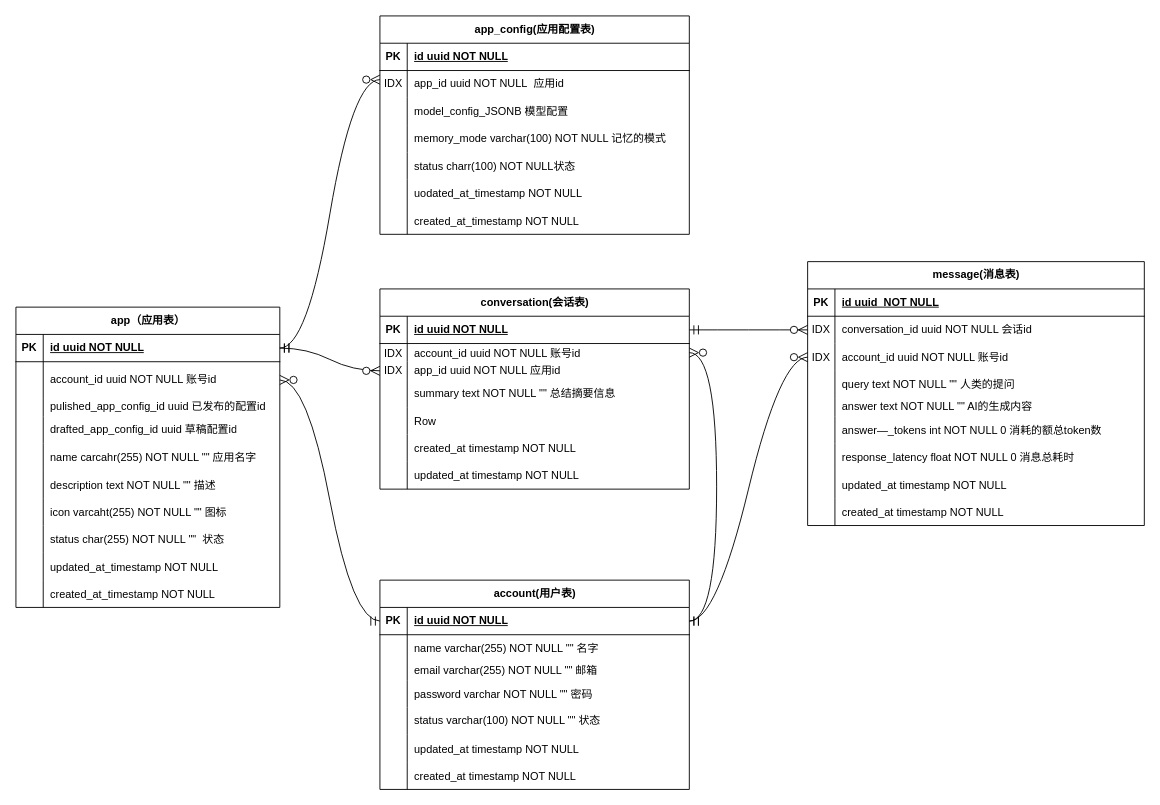
Above: LLMOps数据库示意图.drawio in shlongqishi/llmops (draw.io), before the change. Source tidied: cells renumbered, new cells numbered last; positions are measured from the earlier drawing's top-left corner, leaving out a move shared by most shapes. Both pictures are drawn from the tidied source at 91%, with x=0, y=0 at pixel (15, 15).
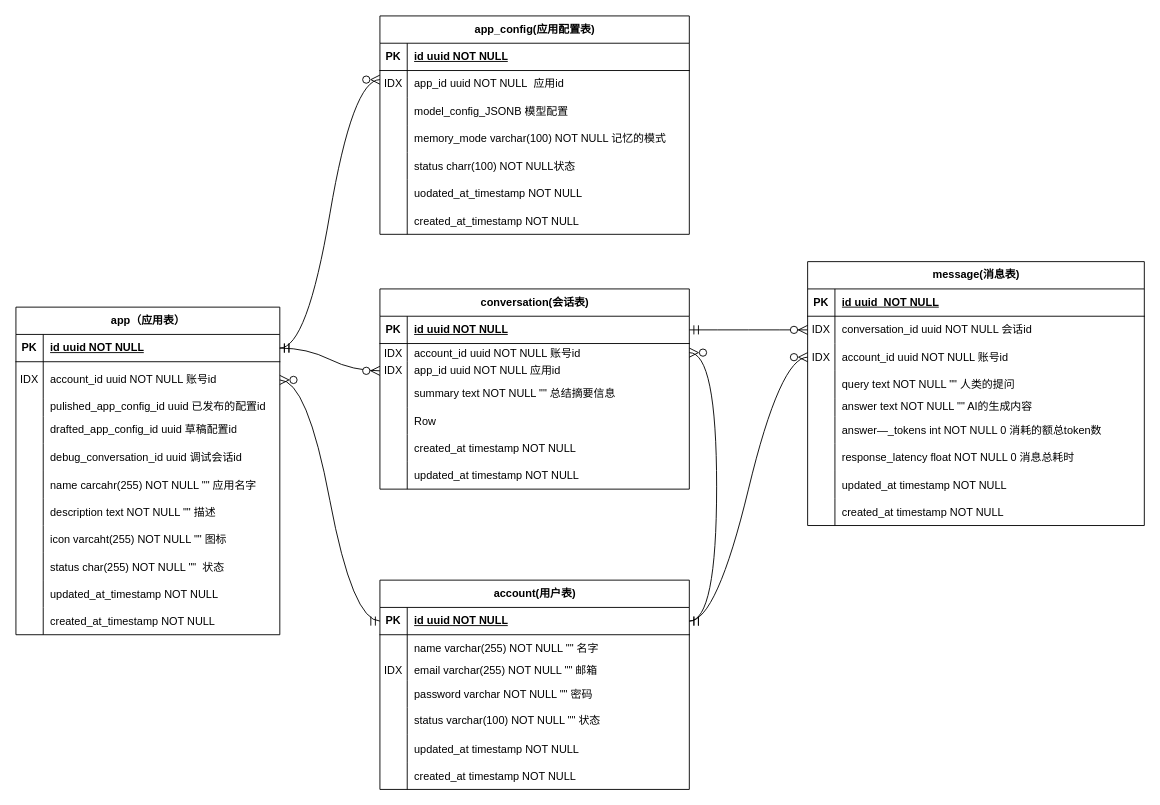
After the change.

Commit message (it also covers changes not shown here):
更新LLMOps数据库示意图.drawio

Unchanged cells that the change refers to:
```xml
<mxCell id="6" style="shape=tableRow;horizontal=0;startSize=0;swimlaneHead=0;swimlaneBody=0;fillColor=none;points=[[0,0.5],[1,0.5]];portConstraint=eastwest;top=0;left=0;right=0;bottom=0;" parent="2" vertex="1">
  <mxGeometry y="60" width="290" height="40" as="geometry" />
</mxCell>
<mxCell id="114" style="shape=tableRow;horizontal=0;startSize=0;swimlaneHead=0;swimlaneBody=0;fillColor=none;top=0;left=0;right=0;bottom=0;" parent="107" vertex="1">
  <mxGeometry y="90" width="340" height="20" as="geometry" />
</mxCell>
```

The edit, as a diff of the source:
```diff
@@
     <mxCell id="2" value="app（应用表）" style="shape=table;startSize=30;childLayout=tableLayout;rowLines=0;fontStyle=1;align=center;html=1;" parent="1" vertex="1">
-      <mxGeometry y="320" width="290" height="330" as="geometry" />
+      <mxGeometry y="320" width="290" height="360" as="geometry" />
     </mxCell>
@@
-    <mxCell id="7" style="shape=partialRectangle;fillColor=none;top=0;left=0;bottom=0;right=0;overflow=hidden;whiteSpace=wrap;html=1;" parent="6" vertex="1">
+    <mxCell id="7" value="IDX" style="shape=partialRectangle;fillColor=none;top=0;left=0;bottom=0;right=0;overflow=hidden;whiteSpace=wrap;html=1;" parent="6" vertex="1">
       <mxGeometry width="30" height="40" as="geometry" />
     </mxCell>
@@
+    <mxCell id="133" style="shape=tableRow;horizontal=0;startSize=0;swimlaneHead=0;swimlaneBody=0;fillColor=none;top=0;left=0;right=0;bottom=0;" parent="2" vertex="1">
+      <mxGeometry y="150" width="290" height="30" as="geometry" />
+    </mxCell>
+    <mxCell id="134" style="shape=partialRectangle;fillColor=none;top=0;left=0;bottom=0;right=0;overflow=hidden;" parent="133" vertex="1">
+      <mxGeometry width="30" height="30" as="geometry" />
+    </mxCell>
+    <mxCell id="135" value="debug_conversation_id uuid 调试会话id" style="shape=partialRectangle;fillColor=none;top=0;left=0;bottom=0;right=0;align=left;spacingLeft=6;overflow=hidden;" parent="133" vertex="1">
+      <mxGeometry x="30" width="260" height="30" as="geometry" />
+    </mxCell>
     <mxCell id="15" style="shape=tableRow;horizontal=0;startSize=0;swimlaneHead=0;swimlaneBody=0;fillColor=none;top=0;left=0;right=0;bottom=0;" parent="2" vertex="1">
-      <mxGeometry y="150" width="290" height="30" as="geometry" />
+      <mxGeometry y="180" width="290" height="30" as="geometry" />
     </mxCell>
@@
     <mxCell id="18" style="shape=tableRow;horizontal=0;startSize=0;swimlaneHead=0;swimlaneBody=0;fillColor=none;top=0;left=0;right=0;bottom=0;" parent="2" vertex="1">
-      <mxGeometry y="180" width="290" height="30" as="geometry" />
+      <mxGeometry y="210" width="290" height="30" as="geometry" />
     </mxCell>
@@
     <mxCell id="21" style="shape=tableRow;horizontal=0;startSize=0;swimlaneHead=0;swimlaneBody=0;fillColor=none;top=0;left=0;right=0;bottom=0;" parent="2" vertex="1">
-      <mxGeometry y="210" width="290" height="30" as="geometry" />
+      <mxGeometry y="240" width="290" height="30" as="geometry" />
     </mxCell>
@@
     <mxCell id="24" style="shape=tableRow;horizontal=0;startSize=0;swimlaneHead=0;swimlaneBody=0;fillColor=none;top=0;left=0;right=0;bottom=0;" parent="2" vertex="1">
-      <mxGeometry y="240" width="290" height="30" as="geometry" />
+      <mxGeometry y="270" width="290" height="30" as="geometry" />
     </mxCell>
@@
     <mxCell id="27" style="shape=tableRow;horizontal=0;startSize=0;swimlaneHead=0;swimlaneBody=0;fillColor=none;top=0;left=0;right=0;bottom=0;" parent="2" vertex="1">
-      <mxGeometry y="270" width="290" height="30" as="geometry" />
+      <mxGeometry y="300" width="290" height="30" as="geometry" />
     </mxCell>
@@
     <mxCell id="30" style="shape=tableRow;horizontal=0;startSize=0;swimlaneHead=0;swimlaneBody=0;fillColor=none;top=0;left=0;right=0;bottom=0;" parent="2" vertex="1">
-      <mxGeometry y="300" width="290" height="30" as="geometry" />
+      <mxGeometry y="330" width="290" height="30" as="geometry" />
     </mxCell>
@@
-    <mxCell id="115" style="shape=partialRectangle;fillColor=none;top=0;left=0;bottom=0;right=0;overflow=hidden;whiteSpace=wrap;html=1;" parent="114" vertex="1">
+    <mxCell id="115" value="IDX" style="shape=partialRectangle;fillColor=none;top=0;left=0;bottom=0;right=0;overflow=hidden;whiteSpace=wrap;html=1;" parent="114" vertex="1">
       <mxGeometry width="30" height="20" as="geometry" />
     </mxCell>
```
